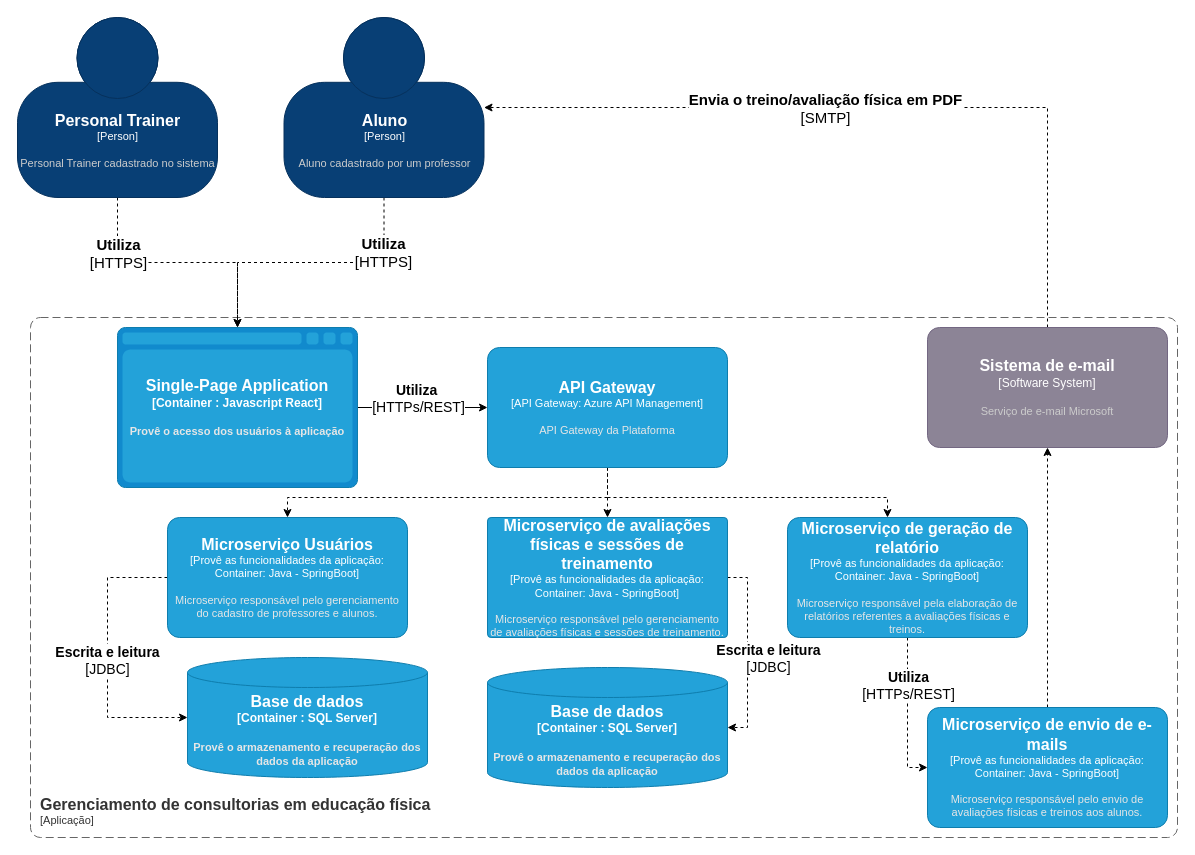
The draw.io diagram page "Container" (2 of 4) of docs/diagramas.drawio in carloshsjbv/pucminas, before the edit. Source tidied: cells renumbered, new cells numbered last; positions are measured from the earlier drawing's top-left corner, leaving out a move shared by most shapes. Both pictures are drawn from the tidied source at 100%, with x=0, y=0 at pixel (17, 17).
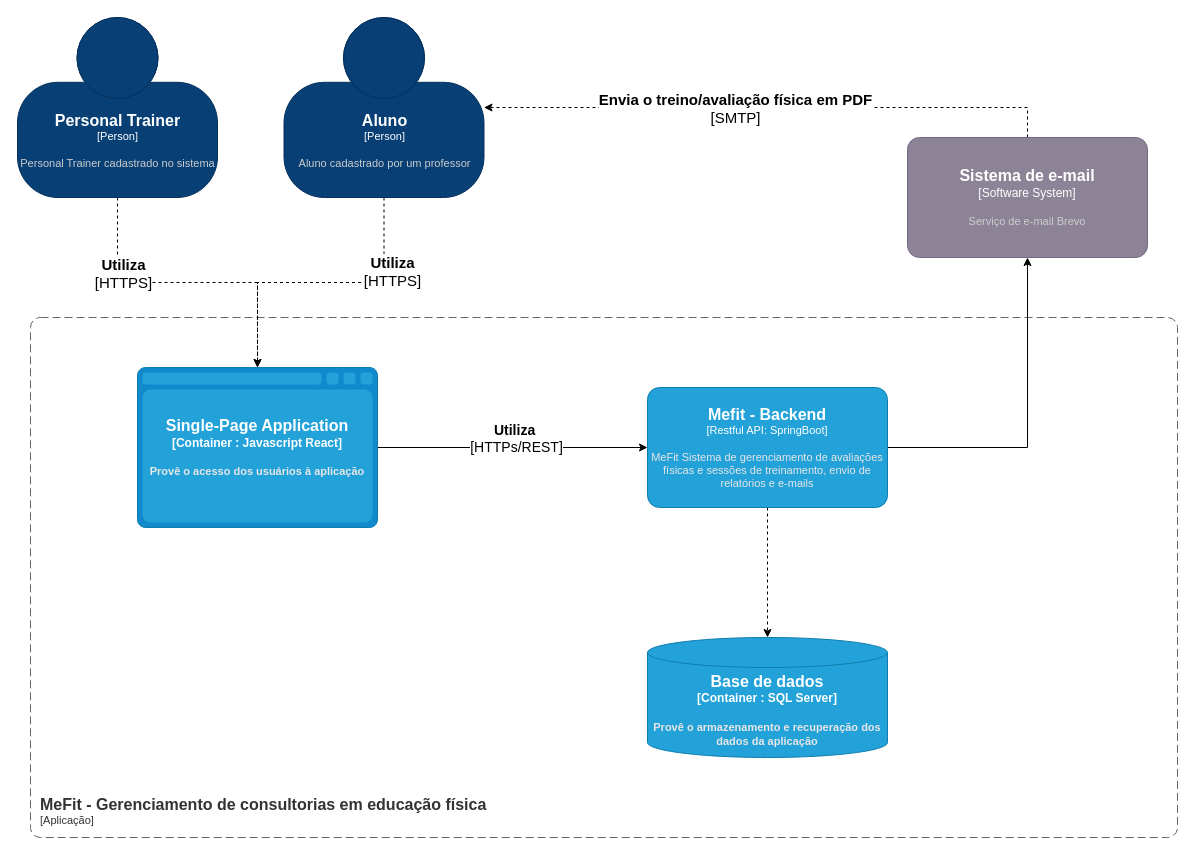
The same page after the edit.

The edit, as a diff of the source:
```diff
@@
-    <mxCell id="2" style="edgeStyle=orthogonalEdgeStyle;rounded=0;jettySize=auto;html=1;entryX=0;entryY=0.5;entryDx=0;entryDy=0;entryPerimeter=0;" parent="1" edge="1" source="4" target="31">
+    <mxCell id="2" style="edgeStyle=orthogonalEdgeStyle;rounded=0;jettySize=auto;html=1;" parent="1" edge="1" source="4" target="31">
       <mxGeometry relative="1" as="geometry" />
     </mxCell>
@@
     <object id="4" label="&lt;font style=&quot;font-size: 16px&quot;&gt;&lt;b&gt;%c4Type%&lt;/font&gt;&lt;div&gt;[%c4Container%:&amp;nbsp;%c4Technology%]&lt;/div&gt;&lt;br&gt;&lt;div&gt;&lt;font style=&quot;font-size: 11px&quot;&gt;&lt;font color=&quot;#E6E6E6&quot;&gt;%c4Description%&lt;/font&gt;&lt;/div&gt;" c4Container="Container " c4Description="Provê o acesso dos usuários à aplicação" c4Technology="Javascript React" c4Type="Single-Page Application" placeholders="1">
       <mxCell style="shape=mxgraph.c4.webBrowserContainer;whiteSpace=wrap;html=1;boundedLbl=1;rounded=0;labelBackgroundColor=none;fillColor=#118ACD;fontSize=12;fontColor=#ffffff;align=center;strokeColor=#0E7DAD;points=[[0.5,0,0],[1,0.25,0],[1,0.5,0],[1,0.75,0],[0.5,1,0],[0,0.75,0],[0,0.5,0],[0,0.25,0]];" parent="1" vertex="1">
-        <mxGeometry x="100" y="310" width="240" height="160" as="geometry" />
+        <mxGeometry x="120" y="350" width="240" height="160" as="geometry" />
       </mxCell>
     </object>
-    <object id="5" label="&lt;font style=&quot;font-size: 16px&quot;&gt;&lt;b&gt;&lt;div style=&quot;text-align: left&quot;&gt;%c4Name%&lt;/div&gt;&lt;/b&gt;&lt;/font&gt;&lt;div style=&quot;text-align: left&quot;&gt;[%c4Application%]&lt;/div&gt;" c4Application="Aplicação" c4Name="Gerenciamento de consultorias em educação física" placeholders="1">
+    <object id="5" label="&lt;font style=&quot;font-size: 16px&quot;&gt;&lt;b&gt;&lt;div style=&quot;text-align: left&quot;&gt;%c4Name%&lt;/div&gt;&lt;/b&gt;&lt;/font&gt;&lt;div style=&quot;text-align: left&quot;&gt;[%c4Application%]&lt;/div&gt;" c4Application="Aplicação" c4Name="MeFit - Gerenciamento de consultorias em educação física" placeholders="1">
       <mxCell style="rounded=1;fontSize=11;whiteSpace=wrap;html=1;dashed=1;arcSize=20;fillColor=none;strokeColor=#666666;fontColor=#333333;labelBackgroundColor=none;align=left;verticalAlign=bottom;labelBorderColor=none;spacingTop=0;spacing=10;dashPattern=8 4;perimeter=rectanglePerimeter;noLabel=0;labelPadding=0;absoluteArcSize=1;" parent="1" vertex="1">
         <mxGeometry x="13" y="300" width="1147" height="520" as="geometry" />
       </mxCell>
     </object>
@@
-    <object id="8" label="&lt;font style=&quot;font-size: 16px&quot;&gt;&lt;b&gt;%c4Name%&lt;/b&gt;&lt;/font&gt;&lt;div&gt;[%c4Type%]&lt;/div&gt;&lt;br&gt;&lt;div&gt;&lt;font style=&quot;font-size: 11px&quot;&gt;&lt;font color=&quot;#cccccc&quot;&gt;%c4Description%&lt;/font&gt;&lt;/div&gt;" c4Description="Serviço de e-mail Microsoft" c4Name="Sistema de e-mail" c4Type="Software System" placeholders="1">
+    <object id="8" label="&lt;font style=&quot;font-size: 16px&quot;&gt;&lt;b&gt;%c4Name%&lt;/b&gt;&lt;/font&gt;&lt;div&gt;[%c4Type%]&lt;/div&gt;&lt;br&gt;&lt;div&gt;&lt;font style=&quot;font-size: 11px&quot;&gt;&lt;font color=&quot;#cccccc&quot;&gt;%c4Description%&lt;/font&gt;&lt;/div&gt;" c4Description="Serviço de e-mail Brevo" c4Name="Sistema de e-mail" c4Type="Software System" placeholders="1">
       <mxCell style="rounded=1;whiteSpace=wrap;html=1;labelBackgroundColor=none;fillColor=#8C8496;fontColor=#ffffff;align=center;arcSize=10;strokeColor=#736782;points=[[0.25,0,0],[0.5,0,0],[0.75,0,0],[1,0.25,0],[1,0.5,0],[1,0.75,0],[0.75,1,0],[0.5,1,0],[0.25,1,0],[0,0.75,0],[0,0.5,0],[0,0.25,0]];" parent="1" vertex="1">
-        <mxGeometry x="910" y="310" width="240" height="120" as="geometry" />
+        <mxGeometry x="890" y="120" width="240" height="120" as="geometry" />
       </mxCell>
     </object>
@@
-    <mxCell id="15" style="edgeStyle=orthogonalEdgeStyle;rounded=0;jettySize=auto;html=1;dashed=1;jumpStyle=arc;jumpSize=18;sketch=0;" parent="1" edge="1" source="16" target="8">
-      <mxGeometry relative="1" as="geometry" />
-    </mxCell>
-    <object id="16" label="&lt;font style=&quot;font-size: 16px&quot;&gt;&lt;b&gt;%c4Name%&lt;/b&gt;&lt;/font&gt;&lt;div&gt;[%c4Type%: %c4Technology%]&lt;/div&gt;&lt;br&gt;&lt;div&gt;&lt;font style=&quot;font-size: 11px&quot;&gt;&lt;font color=&quot;#E6E6E6&quot;&gt;%c4Description%&lt;/font&gt;&lt;/div&gt;" c4Description="Microserviço responsável pelo envio de avaliações físicas e treinos aos alunos." c4Name="Microserviço de envio de e-mails" c4Technology="Container: Java - SpringBoot" c4Type="Provê as funcionalidades da aplicação" placeholders="1">
-      <mxCell style="rounded=1;whiteSpace=wrap;html=1;fontSize=11;labelBackgroundColor=none;fillColor=#23A2D9;fontColor=#ffffff;align=center;arcSize=10;strokeColor=#0E7DAD;points=[[0.25,0,0],[0.5,0,0],[0.75,0,0],[1,0.25,0],[1,0.5,0],[1,0.75,0],[0.75,1,0],[0.5,1,0],[0.25,1,0],[0,0.75,0],[0,0.5,0],[0,0.25,0]];" parent="1" vertex="1">
-        <mxGeometry x="910" y="690" width="240" height="120" as="geometry" />
-      </mxCell>
-    </object>
-    <mxCell id="17" style="edgeStyle=orthogonalEdgeStyle;rounded=0;jettySize=auto;html=1;entryX=1;entryY=0.5;entryDx=0;entryDy=0;entryPerimeter=0;exitX=1;exitY=0.5;exitDx=0;exitDy=0;exitPerimeter=0;dashed=1;" parent="1" edge="1" source="19" target="26">
-      <mxGeometry relative="1" as="geometry" />
-    </mxCell>
-    <mxCell id="18" value="&lt;b style=&quot;font-size: 14px&quot;&gt;Escrita e leitura&lt;/b&gt;&lt;br style=&quot;font-size: 14px&quot;&gt;&lt;span style=&quot;font-size: 14px&quot;&gt;[JDBC]&lt;/span&gt;" style="edgeLabel;html=1;align=center;verticalAlign=middle;" parent="17" vertex="1">
-      <mxGeometry x="-0.43" y="-1" relative="1" as="geometry">
-        <mxPoint x="21" y="46" as="offset" />
-      </mxGeometry>
-    </mxCell>
-    <object id="19" label="&lt;font style=&quot;font-size: 16px&quot;&gt;&lt;b&gt;%c4Name%&lt;/b&gt;&lt;/font&gt;&lt;div&gt;[%c4Type%: %c4Technology%]&lt;/div&gt;&lt;br&gt;&lt;div&gt;&lt;font style=&quot;font-size: 11px&quot;&gt;&lt;font color=&quot;#E6E6E6&quot;&gt;%c4Description%&lt;/font&gt;&lt;/div&gt;" c4Description="Microserviço responsável pelo gerenciamento de avaliações físicas e sessões de treinamento." c4Name="Microserviço de avaliações físicas e sessões de treinamento" c4Technology="Container: Java - SpringBoot" c4Type="Provê as funcionalidades da aplicação" placeholders="1">
-      <mxCell style="rounded=1;whiteSpace=wrap;html=1;fontSize=11;labelBackgroundColor=none;fillColor=#23A2D9;fontColor=#ffffff;align=center;arcSize=3;strokeColor=#0E7DAD;points=[[0.25,0,0],[0.5,0,0],[0.75,0,0],[1,0.25,0],[1,0.5,0],[1,0.75,0],[0.75,1,0],[0.5,1,0],[0.25,1,0],[0,0.75,0],[0,0.5,0],[0,0.25,0]];" parent="1" vertex="1">
-        <mxGeometry x="470" y="500" width="240" height="120" as="geometry" />
-      </mxCell>
-    </object>
-    <mxCell id="20" style="edgeStyle=orthogonalEdgeStyle;rounded=0;jettySize=auto;html=1;entryX=0;entryY=0.5;entryDx=0;entryDy=0;entryPerimeter=0;exitX=0;exitY=0.5;exitDx=0;exitDy=0;exitPerimeter=0;dashed=1;" parent="1" edge="1" source="22" target="27">
-      <mxGeometry relative="1" as="geometry">
-        <Array as="points">
-          <mxPoint x="90" y="560" />
-          <mxPoint x="90" y="700" />
-        </Array>
-      </mxGeometry>
-    </mxCell>
-    <mxCell id="21" value="&lt;b style=&quot;font-size: 14px&quot;&gt;Escrita e leitura&lt;/b&gt;&lt;br style=&quot;font-size: 14px&quot;&gt;&lt;span style=&quot;font-size: 14px&quot;&gt;[JDBC]&lt;/span&gt;" style="edgeLabel;html=1;align=center;verticalAlign=middle;" parent="20" vertex="1">
-      <mxGeometry x="-0.32" y="-1" relative="1" as="geometry">
-        <mxPoint y="47" as="offset" />
-      </mxGeometry>
-    </mxCell>
-    <object id="22" label="&lt;font style=&quot;font-size: 16px&quot;&gt;&lt;b&gt;%c4Name%&lt;/b&gt;&lt;/font&gt;&lt;div&gt;[%c4Type%: %c4Technology%]&lt;/div&gt;&lt;br&gt;&lt;div&gt;&lt;font style=&quot;font-size: 11px&quot;&gt;&lt;font color=&quot;#E6E6E6&quot;&gt;%c4Description%&lt;/font&gt;&lt;/div&gt;" c4Description="Microserviço responsável pelo gerenciamento do cadastro de professores e alunos." c4Name="Microserviço Usuários" c4Technology="Container: Java - SpringBoot" c4Type="Provê as funcionalidades da aplicação" placeholders="1">
-      <mxCell style="rounded=1;whiteSpace=wrap;html=1;fontSize=11;labelBackgroundColor=none;fillColor=#23A2D9;fontColor=#ffffff;align=center;arcSize=10;strokeColor=#0E7DAD;points=[[0.25,0,0],[0.5,0,0],[0.75,0,0],[1,0.25,0],[1,0.5,0],[1,0.75,0],[0.75,1,0],[0.5,1,0],[0.25,1,0],[0,0.75,0],[0,0.5,0],[0,0.25,0]];" parent="1" vertex="1">
-        <mxGeometry x="150" y="500" width="240" height="120" as="geometry" />
-      </mxCell>
-    </object>
-    <mxCell id="23" style="edgeStyle=orthogonalEdgeStyle;rounded=0;jettySize=auto;html=1;entryX=0;entryY=0.5;entryDx=0;entryDy=0;entryPerimeter=0;dashed=1;" parent="1" edge="1" source="25" target="16">
-      <mxGeometry relative="1" as="geometry" />
-    </mxCell>
-    <mxCell id="24" value="&lt;span style=&quot;font-size: 14px&quot;&gt;&lt;b&gt;Utiliza&lt;/b&gt;&lt;/span&gt;&lt;br style=&quot;font-size: 14px&quot;&gt;&lt;span style=&quot;font-size: 14px&quot;&gt;[HTTPs/REST]&lt;/span&gt;" style="edgeLabel;html=1;align=center;verticalAlign=middle;" parent="23" vertex="1">
-      <mxGeometry x="-0.41" y="-2" relative="1" as="geometry">
-        <mxPoint x="2" y="3" as="offset" />
-      </mxGeometry>
-    </mxCell>
-    <object id="25" label="&lt;font style=&quot;font-size: 16px&quot;&gt;&lt;b&gt;%c4Name%&lt;/b&gt;&lt;/font&gt;&lt;div&gt;[%c4Type%: %c4Technology%]&lt;/div&gt;&lt;br&gt;&lt;div&gt;&lt;font style=&quot;font-size: 11px&quot;&gt;&lt;font color=&quot;#E6E6E6&quot;&gt;%c4Description%&lt;/font&gt;&lt;/div&gt;" c4Description="Microserviço responsável pela elaboração de relatórios referentes a avaliações físicas e treinos." c4Name="Microserviço de geração de relatório" c4Technology="Container: Java - SpringBoot" c4Type="Provê as funcionalidades da aplicação" placeholders="1">
-      <mxCell style="rounded=1;whiteSpace=wrap;html=1;fontSize=11;labelBackgroundColor=none;fillColor=#23A2D9;fontColor=#ffffff;align=center;arcSize=10;strokeColor=#0E7DAD;points=[[0.25,0,0],[0.5,0,0],[0.75,0,0],[1,0.25,0],[1,0.5,0],[1,0.75,0],[0.75,1,0],[0.5,1,0],[0.25,1,0],[0,0.75,0],[0,0.5,0],[0,0.25,0]];" parent="1" vertex="1">
-        <mxGeometry x="770" y="500" width="240" height="120" as="geometry" />
-      </mxCell>
-    </object>
     <object id="26" label="&lt;font style=&quot;font-size: 16px&quot;&gt;&lt;b&gt;%c4Type%&lt;/font&gt;&lt;div&gt;[%c4Container%:&amp;nbsp;%c4Technology%]&lt;/div&gt;&lt;br&gt;&lt;div&gt;&lt;font style=&quot;font-size: 11px&quot;&gt;&lt;font color=&quot;#E6E6E6&quot;&gt;%c4Description%&lt;/font&gt;&lt;/div&gt;" c4Container="Container " c4Description="Provê o armazenamento e recuperação dos dados da aplicação" c4Technology="SQL Server" c4Type="Base de dados" placeholders="1">
       <mxCell style="shape=cylinder3;size=15;whiteSpace=wrap;html=1;boundedLbl=1;rounded=0;labelBackgroundColor=none;fillColor=#23A2D9;fontSize=12;fontColor=#ffffff;align=center;strokeColor=#0E7DAD;points=[[0.5,0,0],[1,0.25,0],[1,0.5,0],[1,0.75,0],[0.5,1,0],[0,0.75,0],[0,0.5,0],[0,0.25,0]];" parent="1" vertex="1">
-        <mxGeometry x="470" y="650" width="240" height="120" as="geometry" />
+        <mxGeometry x="630" y="620" width="240" height="120" as="geometry" />
       </mxCell>
     </object>
-    <object id="27" label="&lt;font style=&quot;font-size: 16px&quot;&gt;&lt;b&gt;%c4Type%&lt;/font&gt;&lt;div&gt;[%c4Container%:&amp;nbsp;%c4Technology%]&lt;/div&gt;&lt;br&gt;&lt;div&gt;&lt;font style=&quot;font-size: 11px&quot;&gt;&lt;font color=&quot;#E6E6E6&quot;&gt;%c4Description%&lt;/font&gt;&lt;/div&gt;" c4Container="Container " c4Description="Provê o armazenamento e recuperação dos dados da aplicação" c4Technology="SQL Server" c4Type="Base de dados" placeholders="1">
-      <mxCell style="shape=cylinder3;size=15;whiteSpace=wrap;html=1;boundedLbl=1;rounded=0;labelBackgroundColor=none;fillColor=#23A2D9;fontSize=12;fontColor=#ffffff;align=center;strokeColor=#0E7DAD;points=[[0.5,0,0],[1,0.25,0],[1,0.5,0],[1,0.75,0],[0.5,1,0],[0,0.75,0],[0,0.5,0],[0,0.25,0]];" parent="1" vertex="1">
-        <mxGeometry x="170" y="640" width="240" height="120" as="geometry" />
-      </mxCell>
-    </object>
-    <mxCell id="28" style="edgeStyle=orthogonalEdgeStyle;rounded=0;jettySize=auto;html=1;exitX=0.5;exitY=1;exitDx=0;exitDy=0;exitPerimeter=0;entryX=0.5;entryY=0;entryDx=0;entryDy=0;entryPerimeter=0;dashed=1;" parent="1" edge="1" source="31" target="22">
-      <mxGeometry relative="1" as="geometry">
-        <Array as="points">
-          <mxPoint x="590" y="480" />
-          <mxPoint x="270" y="480" />
-        </Array>
-      </mxGeometry>
-    </mxCell>
-    <mxCell id="29" style="edgeStyle=orthogonalEdgeStyle;rounded=0;jettySize=auto;html=1;exitX=0.5;exitY=1;exitDx=0;exitDy=0;exitPerimeter=0;entryX=0.5;entryY=0;entryDx=0;entryDy=0;entryPerimeter=0;dashed=1;" parent="1" edge="1" source="31" target="19">
-      <mxGeometry relative="1" as="geometry" />
-    </mxCell>
-    <mxCell id="30" style="edgeStyle=orthogonalEdgeStyle;rounded=0;jettySize=auto;html=1;exitX=0.5;exitY=1;exitDx=0;exitDy=0;exitPerimeter=0;dashed=1;" parent="1" edge="1" source="31" target="25">
-      <mxGeometry relative="1" as="geometry">
-        <Array as="points">
-          <mxPoint x="590" y="480" />
-          <mxPoint x="870" y="480" />
-        </Array>
-      </mxGeometry>
+    <mxCell id="30" style="edgeStyle=orthogonalEdgeStyle;rounded=0;jettySize=auto;html=1;exitX=0.5;exitY=1;exitDx=0;exitDy=0;exitPerimeter=0;dashed=1;entryX=0.5;entryY=0;entryDx=0;entryDy=0;entryPerimeter=0;" parent="1" edge="1" source="31" target="26">
+      <mxGeometry relative="1" as="geometry" />
     </mxCell>
+    <mxCell id="32" style="edgeStyle=orthogonalEdgeStyle;rounded=0;jettySize=auto;html=1;entryX=0.5;entryY=1;entryDx=0;entryDy=0;entryPerimeter=0;" parent="1" edge="1" source="31" target="8">
+      <mxGeometry relative="1" as="geometry" />
+    </mxCell>
-    <object id="31" label="&lt;font style=&quot;font-size: 16px&quot;&gt;&lt;b&gt;%c4Name%&lt;/b&gt;&lt;/font&gt;&lt;div&gt;[%c4Type%: %c4Technology%]&lt;/div&gt;&lt;br&gt;&lt;div&gt;&lt;font style=&quot;font-size: 11px&quot;&gt;&lt;font color=&quot;#E6E6E6&quot;&gt;%c4Description%&lt;/font&gt;&lt;/div&gt;" c4Description="API Gateway da Plataforma" c4Name="API Gateway" c4Technology="Azure API Management" c4Type="API Gateway" placeholders="1">
+    <object id="31" label="&lt;font style=&quot;font-size: 16px&quot;&gt;&lt;b&gt;%c4Name%&lt;/b&gt;&lt;/font&gt;&lt;div&gt;[%c4Type%: %c4Technology%]&lt;/div&gt;&lt;br&gt;&lt;div&gt;&lt;font style=&quot;font-size: 11px&quot;&gt;&lt;font color=&quot;#E6E6E6&quot;&gt;%c4Description%&lt;/font&gt;&lt;/div&gt;" c4Description="MeFit Sistema de gerenciamento de avaliações físicas e sessões de treinamento, envio de relatórios e e-mails" c4Name="Mefit - Backend" c4Technology="SpringBoot" c4Type="Restful API" placeholders="1">
       <mxCell style="rounded=1;whiteSpace=wrap;html=1;fontSize=11;labelBackgroundColor=none;fillColor=#23A2D9;fontColor=#ffffff;align=center;arcSize=10;strokeColor=#0E7DAD;points=[[0.25,0,0],[0.5,0,0],[0.75,0,0],[1,0.25,0],[1,0.5,0],[1,0.75,0],[0.75,1,0],[0.5,1,0],[0.25,1,0],[0,0.75,0],[0,0.5,0],[0,0.25,0]];" parent="1" vertex="1">
-        <mxGeometry x="470" y="330" width="240" height="120" as="geometry" />
+        <mxGeometry x="630" y="370" width="240" height="120" as="geometry" />
       </mxCell>
     </object>
```
